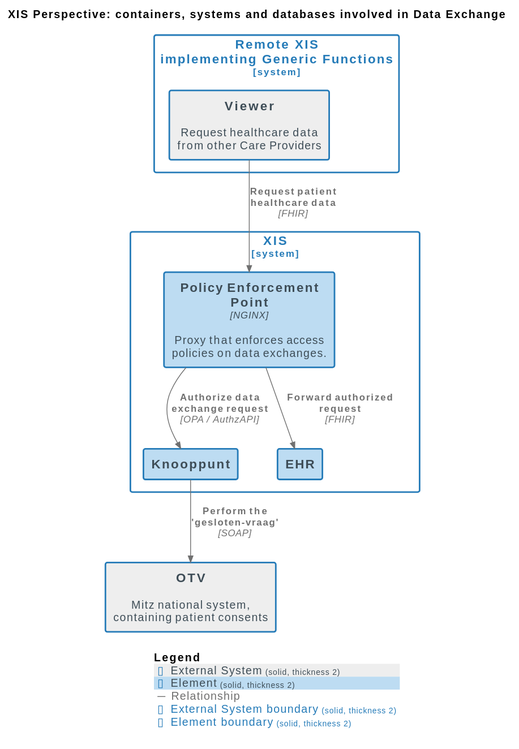
nuts-foundation/nuts-knooppunt keeps this PlantUML diagram as docs/images/structurizr-DataExchange_ContainerDiagram.svg. Above is the earlier version.
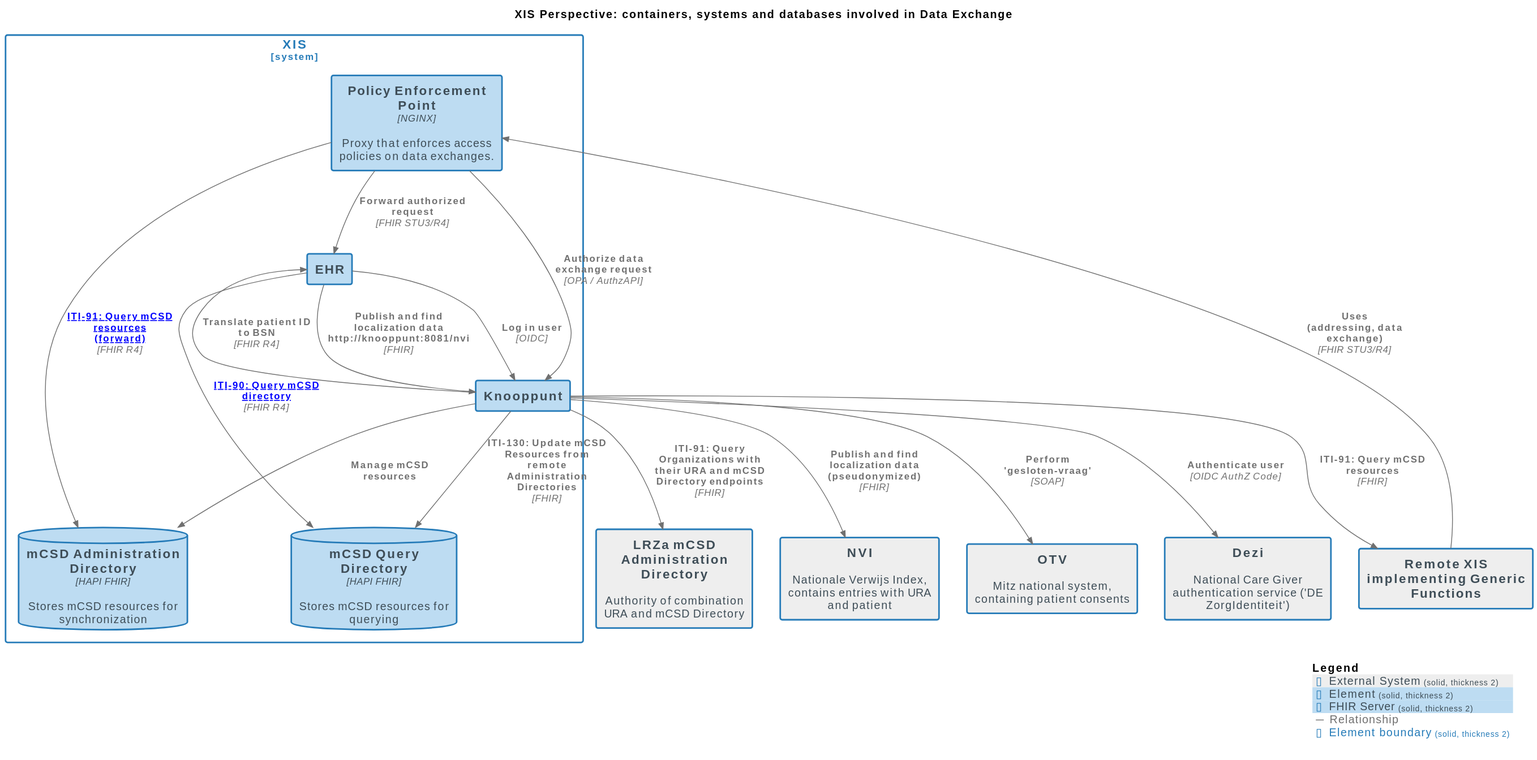
The same file after the commit.

Diff of the diagram source:
```diff
@@ -10,28 +10,41 @@
 
 AddElementTag("External System", $bgColor="#eeeeee", $borderColor="#257bb8", $fontColor="#3e4d57", $sprite="", $shadowing="", $borderStyle="solid", $borderThickness="2")
 AddElementTag("Element", $bgColor="#bddcf2", $borderColor="#257bb8", $fontColor="#3e4d57", $sprite="", $shadowing="", $borderStyle="solid", $borderThickness="2")
+AddElementTag("FHIR Server", $bgColor="#bddcf2", $borderColor="#257bb8", $fontColor="#3e4d57", $sprite="", $shadowing="", $borderStyle="solid", $borderThickness="2")
 
 AddRelTag("Relationship", $textColor="#707070", $lineColor="#707070", $lineStyle = "")
 
-AddBoundaryTag("External System", $bgColor="#ffffff", $borderColor="#257bb8", $fontColor="#257bb8", $shadowing="", $borderStyle="solid", $borderThickness="2")
 AddBoundaryTag("Element", $bgColor="#ffffff", $borderColor="#257bb8", $fontColor="#257bb8", $shadowing="", $borderStyle="solid", $borderThickness="2")
 
+System(LRZamCSDAdministrationDirectory, "LRZa mCSD Administration Directory", $descr="Authority of combination URA and mCSD Directory", $tags="External System", $link="")
+System(NVI, "NVI", $descr="Nationale Verwijs Index, contains entries with URA and patient", $tags="External System", $link="")
 System(OTV, "OTV", $descr="Mitz national system, containing patient consents", $tags="External System", $link="")
+System(Dezi, "Dezi", $descr="National Care Giver authentication service ('DE ZorgIdentiteit')", $tags="External System", $link="")
+System(RemoteXISimplementingGenericFunctions, "Remote XIS\nimplementing Generic Functions", $descr="", $tags="External System", $link="")
 
-System_Boundary("RemoteXISimplementingGenericFunctions_boundary", "Remote XIS\nimplementing Generic Functions", $tags="External System") {
-  Container(RemoteXISimplementingGenericFunctions.Viewer, "Viewer", $techn="", $descr="Request healthcare data from other Care Providers", $tags="External System", $link="")
+System_Boundary("XIS_boundary", "XIS", $tags="Element") {
+  Container(XIS.EHR, "EHR", $techn="", $descr="", $tags="Element", $link="")
+  Container(XIS.PolicyEnforcementPoint, "Policy Enforcement Point", $techn="NGINX", $descr="Proxy that enforces access policies on data exchanges.", $tags="Element", $link="")
+  Container(XIS.Knooppunt, "Knooppunt", $techn="", $descr="", $tags="Element", $link="")
+  ContainerDb(XIS.mCSDQueryDirectory, "mCSD Query Directory", $techn="HAPI FHIR", $descr="Stores mCSD resources for querying", $tags="FHIR Server", $link="")
+  ContainerDb(XIS.mCSDAdministrationDirectory, "mCSD Administration Directory", $techn="HAPI FHIR", $descr="Stores mCSD resources for synchronization", $tags="FHIR Server", $link="")
 }
 
-System_Boundary("XIS_boundary", "XIS", $tags="Element") {
-  Container(XIS.PolicyEnforcementPoint, "Policy Enforcement Point", $techn="NGINX", $descr="Proxy that enforces access policies on data exchanges.", $tags="Element", $link="")
-  Container(XIS.Knooppunt, "Knooppunt", $techn="", $descr="", $tags="Element", $link="")
-  Container(XIS.EHR, "EHR", $techn="", $descr="", $tags="Element", $link="")
-}
-
-Rel(XIS.Knooppunt, OTV, "Perform the 'gesloten-vraag'", $techn="SOAP", $tags="Relationship", $link="")
-Rel(RemoteXISimplementingGenericFunctions.Viewer, XIS.PolicyEnforcementPoint, "Request patient healthcare data", $techn="FHIR", $tags="Relationship", $link="")
+Rel(XIS.Knooppunt, XIS.mCSDQueryDirectory, "ITI-130: Update mCSD Resources from remote Administration Directories", $techn="FHIR", $tags="Relationship", $link="")
+Rel(XIS.Knooppunt, XIS.mCSDAdministrationDirectory, "Manage mCSD resources", $techn="", $tags="Relationship", $link="")
+Rel(XIS.EHR, XIS.mCSDQueryDirectory, "ITI-90: Query mCSD directory", $techn="FHIR R4", $tags="Relationship", $link="https://profiles.ihe.net/ITI/mCSD/ITI-90.html")
+Rel(RemoteXISimplementingGenericFunctions, XIS.PolicyEnforcementPoint, "Uses\n(addressing, data exchange)", $techn="FHIR STU3/R4", $tags="Relationship", $link="")
+Rel(XIS.PolicyEnforcementPoint, XIS.mCSDAdministrationDirectory, "ITI-91: Query mCSD resources\n(forward)", $techn="FHIR R4", $tags="Relationship", $link="https://profiles.ihe.net/ITI/mCSD/ITI-91.html")
+Rel(XIS.Knooppunt, LRZamCSDAdministrationDirectory, "ITI-91: Query Organizations with their URA and mCSD Directory endpoints", $techn="FHIR", $tags="Relationship", $link="")
+Rel(XIS.Knooppunt, RemoteXISimplementingGenericFunctions, "ITI-91: Query mCSD resources", $techn="FHIR", $tags="Relationship", $link="")
+Rel(XIS.EHR, XIS.Knooppunt, "Publish and find localization data\nhttp://knooppunt:8081/nvi", $techn="FHIR", $tags="Relationship", $link="")
+Rel(XIS.Knooppunt, NVI, "Publish and find localization data\n(pseudonymized)", $techn="FHIR", $tags="Relationship", $link="")
+Rel(XIS.Knooppunt, OTV, "Perform 'gesloten-vraag'", $techn="SOAP", $tags="Relationship", $link="")
+Rel(XIS.EHR, XIS.Knooppunt, "Log in user", $techn="OIDC", $tags="Relationship", $link="")
+Rel(XIS.Knooppunt, Dezi, "Authenticate user", $techn="OIDC AuthZ Code", $tags="Relationship", $link="")
+Rel(XIS.Knooppunt, XIS.EHR, "Translate patient ID to BSN", $techn="FHIR R4", $tags="Relationship", $link="")
 Rel(XIS.PolicyEnforcementPoint, XIS.Knooppunt, "Authorize data exchange request", $techn="OPA / AuthzAPI", $tags="Relationship", $link="")
-Rel(XIS.PolicyEnforcementPoint, XIS.EHR, "Forward authorized request", $techn="FHIR", $tags="Relationship", $link="")
+Rel(XIS.PolicyEnforcementPoint, XIS.EHR, "Forward authorized request", $techn="FHIR STU3/R4", $tags="Relationship", $link="")
 
 SHOW_LEGEND(true)
 @enduml
```
